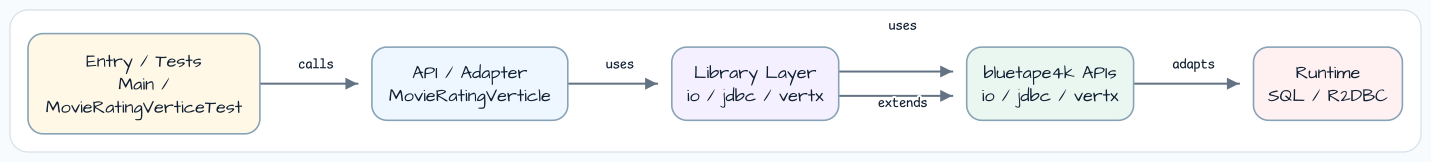
This is docs/images/readme-diagrams/vertx-coroutines-readme-architecture-01.png from bluetape4k/bluetape4k-workshop, a Graphviz export, as it was before one commit. Its source is kept beside it as docs/images/readme-diagrams/vertx-coroutines-readme-architecture-01.dot. The source it was exported from:
```dot
digraph G {
  graph [
    rankdir=LR,
    bgcolor="white",
    pad="0.35",
    nodesep="0.55",
    ranksep="0.75",
    splines=ortho,
    outputorder=edgesfirst
  ];
  node [
    shape=box,
    style="rounded,filled",
    penwidth=1.4,
    color="#88A3B5",
    fillcolor="#F6FAFF",
    fontname="Architects Daughter",
    fontsize=14,
    margin="0.14,0.10"
  ];
  edge [
    color="#637383",
    arrowsize=0.8,
    penwidth=1.5,
    fontname="Comic Mono",
    fontsize=11
  ];

  entry [label="Entry / Tests\nMain /\nMovieRatingVerticeTest", fillcolor="#FFF8E7"];
  api [label="API / Adapter\nMovieRatingVerticle", fillcolor="#EEF7FF"];
  infra [label="Library Layer\nio / jdbc / vertx", fillcolor="#F5F0FF"];
  bt [label="bluetape4k APIs\nio / jdbc / vertx", fillcolor="#EAF7F0"];
  runtime [label="Runtime\nSQL / R2DBC", fillcolor="#FFF1F1"];

  entry -> api [label="calls"];
  api -> infra [label="uses"];
  infra -> bt [label="uses"];
  infra -> bt [label="extends"];
  bt -> runtime [label="adapts"];
}
```
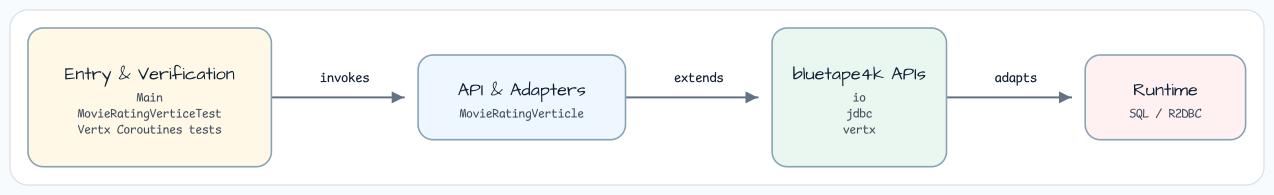
After the commit.

The edit, as a diff of the source:
```diff
@@ -3,8 +3,8 @@
     rankdir=LR,
     bgcolor="white",
     pad="0.35",
-    nodesep="0.55",
-    ranksep="0.75",
+    nodesep="0.70",
+    ranksep="0.95",
     splines=ortho,
     outputorder=edgesfirst
   ];
@@ -16,7 +16,7 @@
     fillcolor="#F6FAFF",
     fontname="Architects Daughter",
     fontsize=14,
-    margin="0.14,0.10"
+    margin="0.20,0.16"
   ];
   edge [
     color="#637383",
@@ -26,15 +26,12 @@
     fontsize=11
   ];
 
-  entry [label="Entry / Tests\nMain /\nMovieRatingVerticeTest", fillcolor="#FFF8E7"];
-  api [label="API / Adapter\nMovieRatingVerticle", fillcolor="#EEF7FF"];
-  infra [label="Library Layer\nio / jdbc / vertx", fillcolor="#F5F0FF"];
-  bt [label="bluetape4k APIs\nio / jdbc / vertx", fillcolor="#EAF7F0"];
+  entry [label="Entry & Verification\nMain\nMovieRatingVerticeTest\nVertx Coroutines tests", fillcolor="#FFF8E7"];
+  api [label="API & Adapters\nMovieRatingVerticle", fillcolor="#EEF7FF"];
+  bt [label="bluetape4k APIs\nio\njdbc\nvertx", fillcolor="#EAF7F0"];
   runtime [label="Runtime\nSQL / R2DBC", fillcolor="#FFF1F1"];
 
-  entry -> api [label="calls"];
-  api -> infra [label="uses"];
-  infra -> bt [label="uses"];
-  infra -> bt [label="extends"];
+  entry -> api [label="invokes"];
+  api -> bt [label="extends"];
   bt -> runtime [label="adapts"];
 }
```
